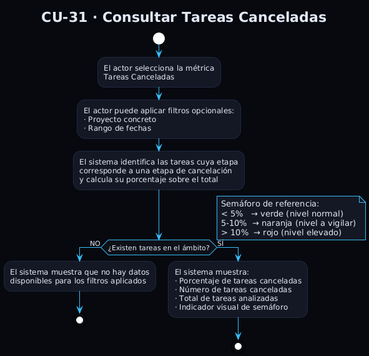
Jorgeog25/GII-TFG-2026 keeps this PlantUML diagram as Estudiantes/cesar-garcia-eguiguren/Capítulo-2/imagenes/CdU/metricas/flujoCU10.10.png. Above is the earlier version.
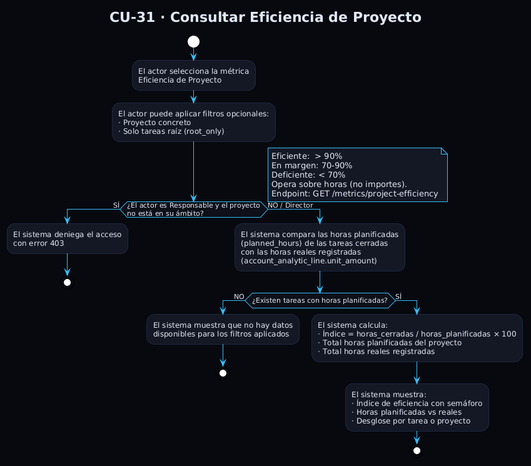
Above is the later version.

The edit, as a diff of the source:
```diff
@@ -1,4 +1,4 @@
-@startuml
+@startuml CU31_EficienciaProyecto
 !theme plain
 skinparam backgroundColor #07090F
 skinparam defaultFontColor #E2E8F5
@@ -9,36 +9,48 @@
 skinparam ActivityDiamondBorderColor #38BDF8
 skinparam NoteBackgroundColor #141824
 skinparam NoteBorderColor #38BDF8
-title CU-31 · Consultar Tareas Canceladas
+title CU-31 · Consultar Eficiencia de Proyecto
 
 start
 :El actor selecciona la métrica
-Tareas Canceladas;
+Eficiencia de Proyecto;
 :El actor puede aplicar filtros opcionales:
 · Proyecto concreto
-· Rango de fechas;
+· Solo tareas raíz (root_only);
 
-:El sistema identifica las tareas cuya etapa
-corresponde a una etapa de cancelación
-y calcula su porcentaje sobre el total;
+if (¿El actor es Responsable y el proyecto\nno está en su ámbito?) then (SÍ)
+  :El sistema deniega el acceso
+  con error 403;
+  stop
+else (NO / Director)
+  :El sistema compara las horas planificadas
+  (planned_hours) de las tareas cerradas
+  con las horas reales registradas
+  (account_analytic_line.unit_amount);
 
-if (¿Existen tareas en el ámbito?) then (NO)
-  :El sistema muestra que no hay datos
-  disponibles para los filtros aplicados;
-  stop
-else (SÍ)
-  :El sistema muestra:
-  · Porcentaje de tareas canceladas
-  · Número de tareas canceladas
-  · Total de tareas analizadas
-  · Indicador visual de semáforo;
-  stop
+  if (¿Existen tareas con horas planificadas?) then (NO)
+    :El sistema muestra que no hay datos
+    disponibles para los filtros aplicados;
+    stop
+  else (SÍ)
+    :El sistema calcula:
+    · Índice = horas_cerradas / horas_planificadas × 100
+    · Total horas planificadas del proyecto
+    · Total horas reales registradas;
+    :El sistema muestra:
+    · Índice de eficiencia con semáforo
+    · Horas planificadas vs reales
+    · Desglose por tarea o proyecto;
+    stop
+  endif
 endif
 
 note right
-  Semáforo de referencia:
-  < 5%   → verde (nivel normal)
-  5-10%  → naranja (nivel a vigilar)
-  > 10%  → rojo (nivel elevado)
+  Eficiente:  > 90%
+  En margen: 70-90%
+  Deficiente: < 70%
+  Opera sobre horas (no importes).
+  Endpoint: GET /metrics/project-efficiency
 end note
+
 @enduml
```
